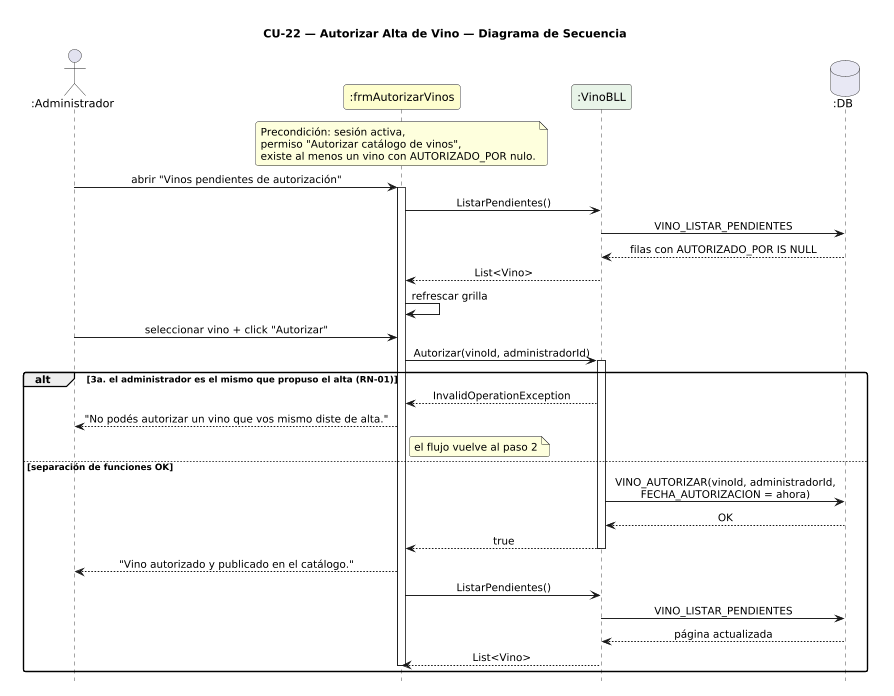
The PlantUML diagram DIAGRAMAS/DiagramaSecuencia_CU22_AutorizarAltaVino.png in Jesifu/club-de-vinos-td, before a commit. Its source is kept beside it as DIAGRAMAS/DiagramaSecuencia_CU22_AutorizarAltaVino.puml.
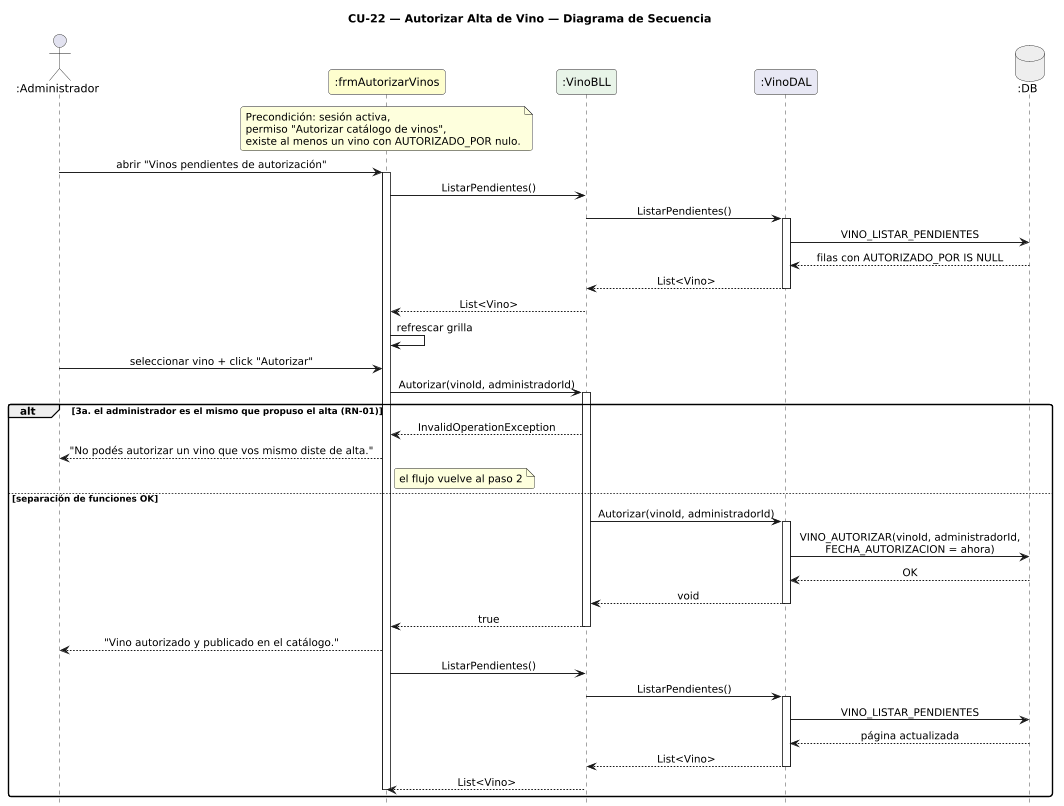
The same diagram one commit later.

Change to the diagram source:
```diff
@@ -12,7 +12,8 @@
 actor       ":Administrador"     as A
 participant ":frmAutorizarVinos" as FA #FEFECE
 participant ":VinoBLL"           as VB #E8F4E8
-database    ":DB"                as DB #E8E8F4
+participant ":VinoDAL"           as VD #E8E8F4
+database    ":DB"                as DB #EEEEEE
 
 note over FA
   Precondición: sesión activa,
@@ -23,8 +24,12 @@
 A -> FA : abrir "Vinos pendientes de autorización"
 activate FA
 FA -> VB : ListarPendientes()
-VB -> DB : VINO_LISTAR_PENDIENTES
-DB --> VB : filas con AUTORIZADO_POR IS NULL
+VB -> VD : ListarPendientes()
+activate VD
+VD -> DB : VINO_LISTAR_PENDIENTES
+DB --> VD : filas con AUTORIZADO_POR IS NULL
+VD --> VB : List<Vino>
+deactivate VD
 VB --> FA : List<Vino>
 FA -> FA : refrescar grilla
 
@@ -37,14 +42,22 @@
   FA --> A : "No podés autorizar un vino que vos mismo diste de alta."
   note right of FA : el flujo vuelve al paso 2
 else separación de funciones OK
-  VB -> DB : VINO_AUTORIZAR(vinoId, administradorId,\nFECHA_AUTORIZACION = ahora)
-  DB --> VB : OK
+  VB -> VD : Autorizar(vinoId, administradorId)
+  activate VD
+  VD -> DB : VINO_AUTORIZAR(vinoId, administradorId,\nFECHA_AUTORIZACION = ahora)
+  DB --> VD : OK
+  VD --> VB : void
+  deactivate VD
   VB --> FA : true
   deactivate VB
   FA --> A : "Vino autorizado y publicado en el catálogo."
   FA -> VB : ListarPendientes()
-  VB -> DB : VINO_LISTAR_PENDIENTES
-  DB --> VB : página actualizada
+  VB -> VD : ListarPendientes()
+  activate VD
+  VD -> DB : VINO_LISTAR_PENDIENTES
+  DB --> VD : página actualizada
+  VD --> VB : List<Vino>
+  deactivate VD
   VB --> FA : List<Vino>
   deactivate FA
 end
```
